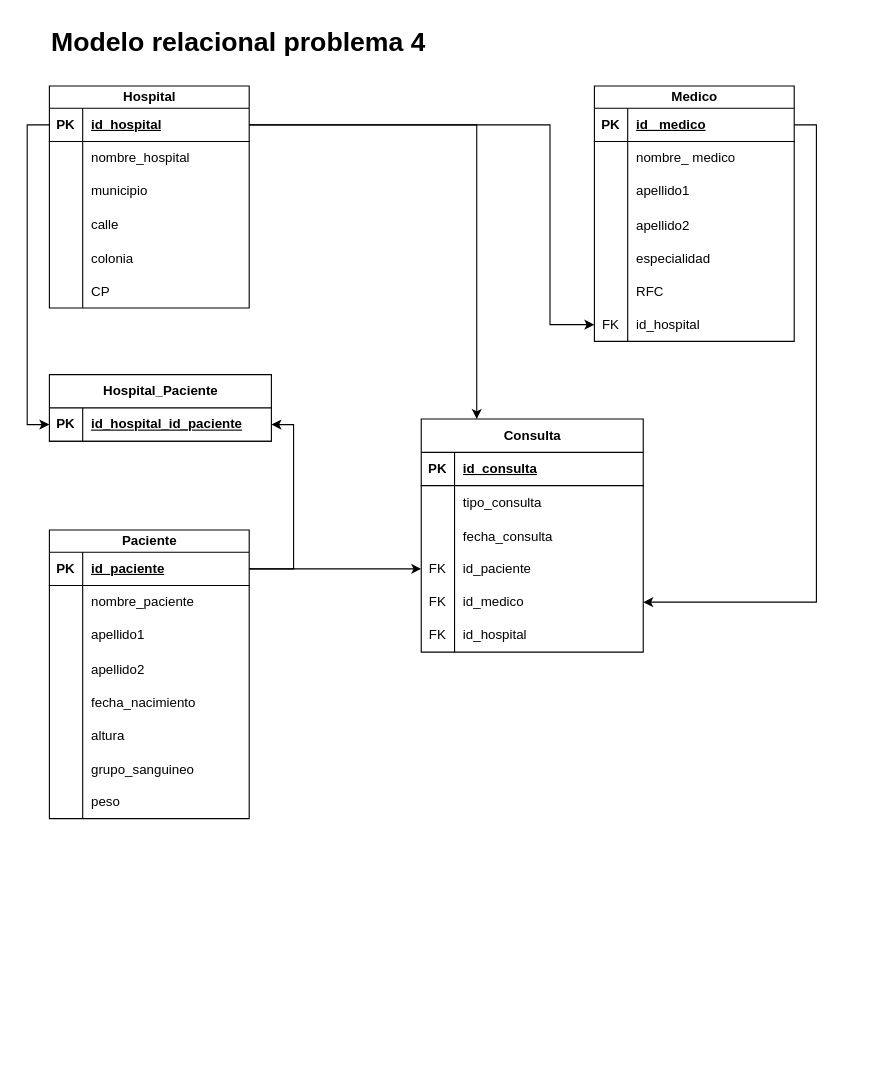
The draw.io diagram page "Problema-4-MR" (9 of 9) of TASK_1/Problemas.drawio in itsFDavid/Bases-de-datos, before the edit. Source tidied: cells renumbered, new cells numbered last; positions are measured from the earlier drawing's top-left corner, leaving out a move shared by most shapes. Both pictures are drawn from the tidied source at 111%, with x=0, y=0 at pixel (49, 19).
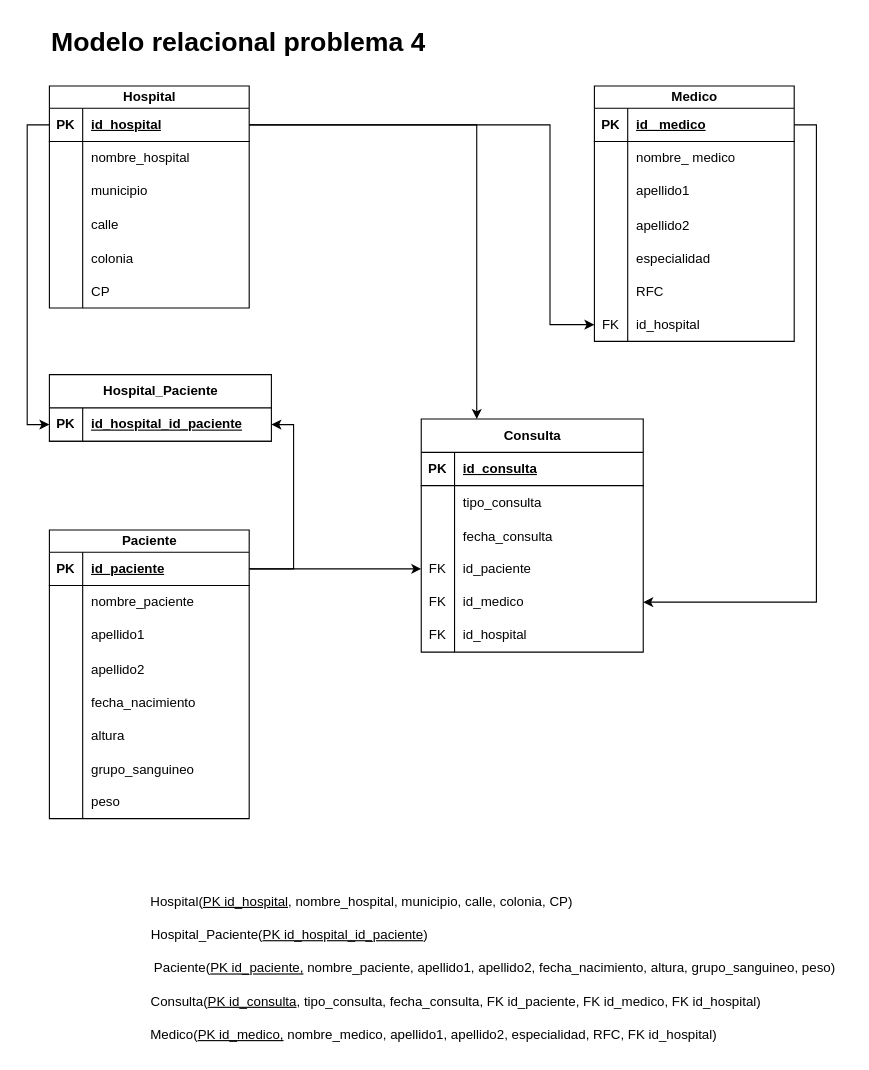
Above is the later version.

Commit message:
add description the tables of problem 4

The edit, as a diff of the source:
```diff
@@
+    <mxCell id="98" value="Hospital(&lt;u&gt;PK id_hospital&lt;/u&gt;, nombre_hospital, municipio, calle, colonia, CP)" style="text;html=1;align=center;verticalAlign=middle;strokeColor=none;fillColor=none;" parent="1" vertex="1">
+      <mxGeometry x="81" y="780" width="400" height="30" as="geometry" />
+    </mxCell>
+    <mxCell id="99" value="Hospital_Paciente(&lt;u&gt;PK id_hospital_id_paciente&lt;/u&gt;)" style="text;html=1;align=center;verticalAlign=middle;strokeColor=none;fillColor=none;" parent="1" vertex="1">
+      <mxGeometry x="81" y="810" width="270" height="30" as="geometry" />
+    </mxCell>
+    <mxCell id="100" value="Paciente(&lt;u&gt;PK id_paciente,&lt;/u&gt; nombre_paciente, apellido1, apellido2, fecha_nacimiento, altura, grupo_sanguineo, peso)" style="text;html=1;align=center;verticalAlign=middle;strokeColor=none;fillColor=none;" parent="1" vertex="1">
+      <mxGeometry x="81" y="840" width="640" height="30" as="geometry" />
+    </mxCell>
+    <mxCell id="101" value="Consulta(&lt;u&gt;PK id_consulta&lt;/u&gt;, tipo_consulta, fecha_consulta, FK id_paciente, FK id_medico, FK id_hospital)" style="text;html=1;align=center;verticalAlign=middle;strokeColor=none;fillColor=none;" parent="1" vertex="1">
+      <mxGeometry x="81" y="870" width="570" height="30" as="geometry" />
+    </mxCell>
+    <mxCell id="102" value="Medico(&lt;u&gt;PK id_medico,&lt;/u&gt; nombre_medico, apellido1, apellido2, especialidad, RFC, FK id_hospital)" style="text;html=1;align=center;verticalAlign=middle;strokeColor=none;fillColor=none;" parent="1" vertex="1">
+      <mxGeometry x="81" y="900" width="530" height="30" as="geometry" />
+    </mxCell>
```
